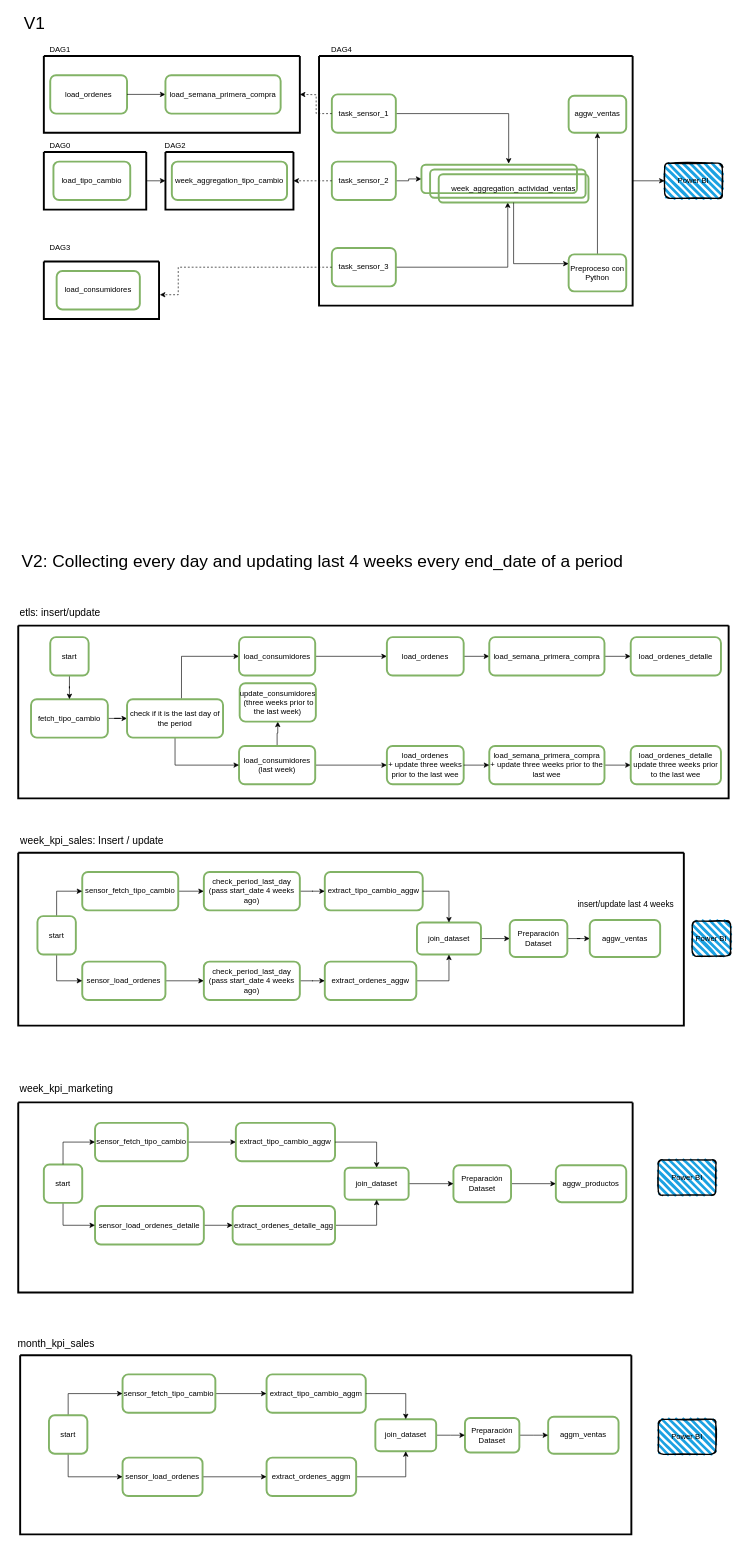
Above: page "DAGs" (3 of 4) of fuXion_model.drawio in calobetoleon/fuxion_design (draw.io), before the change. Source tidied: cells renumbered, new cells numbered last; positions are measured from the earlier drawing's top-left corner, leaving out a move shared by most shapes. Both pictures are drawn from the tidied source at 64%, with x=0, y=0 at pixel (11, 11).
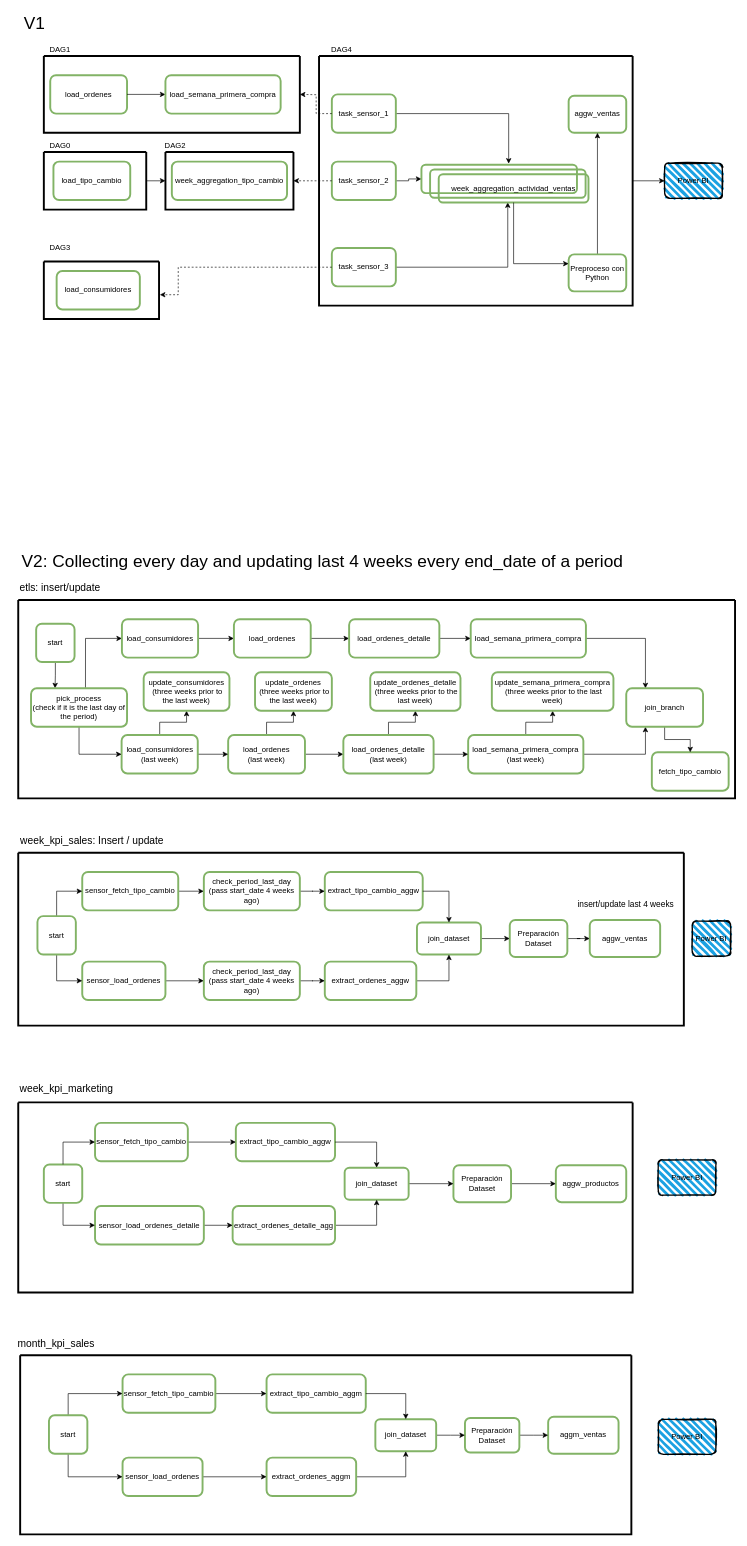
After the change.

Change to the diagram source:
```diff
@@
     <mxCell id="39" style="swimlane;startSize=0;strokeWidth=3;fillColor=none;gradientColor=none;" parent="1" vertex="1">
-      <mxGeometry x="11" y="960" width="1110" height="270" as="geometry" />
+      <mxGeometry x="11" y="920" width="1120" height="310" as="geometry" />
     </mxCell>
+    <mxCell id="127" style="edgeStyle=orthogonalEdgeStyle;rounded=0;jettySize=auto;html=1;fontSize=13;" parent="39" edge="1" source="40" target="136">
+      <mxGeometry relative="1" as="geometry" />
+    </mxCell>
+    <mxCell id="128" style="edgeStyle=orthogonalEdgeStyle;rounded=0;jettySize=auto;html=1;fontSize=13;" parent="39" edge="1" source="40" target="49">
+      <mxGeometry relative="1" as="geometry" />
+    </mxCell>
-    <mxCell id="40" value="load_ordenes&lt;br&gt;+ update three weeks prior to the last wee" style="rounded=1;whiteSpace=wrap;html=1;fillColor=none;strokeColor=#82b366;strokeWidth=3;" parent="39" vertex="1">
-      <mxGeometry x="576" y="188" width="120" height="60" as="geometry" />
+    <mxCell id="40" value="load_ordenes&lt;br&gt;(last week)" style="rounded=1;whiteSpace=wrap;html=1;fillColor=none;strokeColor=#82b366;strokeWidth=3;" parent="39" vertex="1">
+      <mxGeometry x="328" y="211" width="120" height="60" as="geometry" />
     </mxCell>
-    <mxCell id="41" style="edgeStyle=orthogonalEdgeStyle;rounded=0;jettySize=auto;html=1;fontSize=13;" parent="39" edge="1" source="42" target="54">
-      <mxGeometry relative="1" as="geometry" />
-    </mxCell>
-    <mxCell id="42" value="fetch_tipo_cambio" style="rounded=1;whiteSpace=wrap;html=1;fillColor=none;strokeColor=#82b366;strokeWidth=3;" parent="39" vertex="1">
-      <mxGeometry x="20" y="115" width="120" height="60" as="geometry" />
-    </mxCell>
-    <mxCell id="43" style="edgeStyle=orthogonalEdgeStyle;rounded=0;jettySize=auto;html=1;fontSize=14;" parent="39" edge="1" source="44" target="49">
-      <mxGeometry relative="1" as="geometry" />
-    </mxCell>
+    <mxCell id="129" style="edgeStyle=orthogonalEdgeStyle;rounded=0;jettySize=auto;html=1;fontSize=13;" parent="39" edge="1" source="44" target="138">
+      <mxGeometry relative="1" as="geometry" />
+    </mxCell>
+    <mxCell id="130" style="edgeStyle=orthogonalEdgeStyle;rounded=0;jettySize=auto;html=1;fontSize=13;entryX=0.25;entryY=1;entryDx=0;entryDy=0;" parent="39" edge="1" source="44" target="141">
+      <mxGeometry relative="1" as="geometry" />
+    </mxCell>
-    <mxCell id="44" value="load_semana_primera_compra&lt;br&gt;+ update three weeks prior to the last wee" style="rounded=1;whiteSpace=wrap;html=1;fillColor=none;strokeColor=#82b366;strokeWidth=3;" parent="39" vertex="1">
-      <mxGeometry x="736" y="188" width="180" height="60" as="geometry" />
+    <mxCell id="44" value="load_semana_primera_compra&lt;br&gt;(last week)" style="rounded=1;whiteSpace=wrap;html=1;fillColor=none;strokeColor=#82b366;strokeWidth=3;" parent="39" vertex="1">
+      <mxGeometry x="703" y="211" width="180" height="60" as="geometry" />
     </mxCell>
-    <mxCell id="45" style="edgeStyle=orthogonalEdgeStyle;rounded=0;jettySize=auto;html=1;" parent="39" edge="1" source="40" target="44">
-      <mxGeometry relative="1" as="geometry" />
-    </mxCell>
@@
     <mxCell id="48" value="load_consumidores&lt;br&gt;(last week)" style="rounded=1;whiteSpace=wrap;html=1;fillColor=none;strokeColor=#82b366;strokeWidth=3;" parent="39" vertex="1">
-      <mxGeometry x="345" y="188" width="119" height="60" as="geometry" />
+      <mxGeometry x="161.5" y="211" width="119" height="60" as="geometry" />
     </mxCell>
+    <mxCell id="131" style="edgeStyle=orthogonalEdgeStyle;rounded=0;jettySize=auto;html=1;fontSize=13;" parent="39" edge="1" source="49" target="137">
+      <mxGeometry relative="1" as="geometry" />
+    </mxCell>
+    <mxCell id="132" style="edgeStyle=orthogonalEdgeStyle;rounded=0;jettySize=auto;html=1;fontSize=13;" parent="39" edge="1" source="49" target="44">
+      <mxGeometry relative="1" as="geometry" />
+    </mxCell>
-    <mxCell id="49" value="load_ordenes_detalle&lt;br&gt;update three weeks prior to the last wee" style="rounded=1;whiteSpace=wrap;html=1;fillColor=none;strokeColor=#82b366;strokeWidth=3;" parent="39" vertex="1">
-      <mxGeometry x="957" y="188" width="141" height="60" as="geometry" />
+    <mxCell id="49" value="load_ordenes_detalle&lt;br&gt;(last week)" style="rounded=1;whiteSpace=wrap;html=1;fillColor=none;strokeColor=#82b366;strokeWidth=3;" parent="39" vertex="1">
+      <mxGeometry x="508" y="211" width="141" height="60" as="geometry" />
     </mxCell>
-    <mxCell id="50" style="edgeStyle=orthogonalEdgeStyle;rounded=0;jettySize=auto;html=1;fontSize=14;" parent="39" edge="1" source="51" target="42">
-      <mxGeometry relative="1" as="geometry" />
-    </mxCell>
+    <mxCell id="133" style="edgeStyle=orthogonalEdgeStyle;rounded=0;jettySize=auto;html=1;fontSize=13;entryX=0.25;entryY=0;entryDx=0;entryDy=0;" parent="39" edge="1" source="51" target="54">
+      <mxGeometry relative="1" as="geometry" />
+    </mxCell>
     <mxCell id="51" value="start" style="rounded=1;whiteSpace=wrap;html=1;fillColor=none;strokeColor=#82b366;strokeWidth=3;" parent="39" vertex="1">
-      <mxGeometry x="50" y="18" width="60" height="60" as="geometry" />
+      <mxGeometry x="28" y="37" width="60" height="60" as="geometry" />
     </mxCell>
@@
-    <mxCell id="54" value="check if it is the last day of the period" style="rounded=1;whiteSpace=wrap;html=1;fillColor=none;strokeColor=#82b366;strokeWidth=3;" parent="39" vertex="1">
-      <mxGeometry x="170" y="115" width="150" height="60" as="geometry" />
+    <mxCell id="54" value="pick_process&lt;br&gt;(check if it is the last day of the period)" style="rounded=1;whiteSpace=wrap;html=1;fillColor=none;strokeColor=#82b366;strokeWidth=3;" parent="39" vertex="1">
+      <mxGeometry x="20" y="138" width="150" height="60" as="geometry" />
     </mxCell>
@@
     <mxCell id="56" value="load_consumidores" style="rounded=1;whiteSpace=wrap;html=1;fillColor=none;strokeColor=#82b366;strokeWidth=3;" parent="39" vertex="1">
-      <mxGeometry x="345" y="18" width="119" height="60" as="geometry" />
+      <mxGeometry x="162" y="30" width="119" height="60" as="geometry" />
     </mxCell>
-    <mxCell id="57" style="edgeStyle=orthogonalEdgeStyle;rounded=0;jettySize=auto;html=1;fontSize=13;" parent="39" edge="1" source="58" target="60">
-      <mxGeometry relative="1" as="geometry" />
-    </mxCell>
+    <mxCell id="134" style="edgeStyle=orthogonalEdgeStyle;rounded=0;jettySize=auto;html=1;fontSize=13;" parent="39" edge="1" source="58" target="61">
+      <mxGeometry relative="1" as="geometry" />
+    </mxCell>
     <mxCell id="58" value="load_ordenes" style="rounded=1;whiteSpace=wrap;html=1;fillColor=none;strokeColor=#82b366;strokeWidth=3;" parent="39" vertex="1">
-      <mxGeometry x="576" y="18" width="120" height="60" as="geometry" />
+      <mxGeometry x="337" y="30" width="120" height="60" as="geometry" />
     </mxCell>
-    <mxCell id="59" style="edgeStyle=orthogonalEdgeStyle;rounded=0;jettySize=auto;html=1;fontSize=13;" parent="39" edge="1" source="60" target="61">
-      <mxGeometry relative="1" as="geometry" />
-    </mxCell>
-    <mxCell id="60" value="load_semana_primera_compra" style="rounded=1;whiteSpace=wrap;html=1;fillColor=none;strokeColor=#82b366;strokeWidth=3;" parent="39" vertex="1">
-      <mxGeometry x="736" y="18" width="180" height="60" as="geometry" />
-    </mxCell>
+    <mxCell id="135" style="edgeStyle=orthogonalEdgeStyle;rounded=0;jettySize=auto;html=1;fontSize=13;" parent="39" edge="1" source="61" target="60">
+      <mxGeometry relative="1" as="geometry" />
+    </mxCell>
     <mxCell id="61" value="load_ordenes_detalle" style="rounded=1;whiteSpace=wrap;html=1;fillColor=none;strokeColor=#82b366;strokeWidth=3;" parent="39" vertex="1">
-      <mxGeometry x="957" y="18" width="141" height="60" as="geometry" />
+      <mxGeometry x="517" y="30" width="141" height="60" as="geometry" />
     </mxCell>
     <mxCell id="62" value="update_consumidores&lt;br&gt;&amp;nbsp;(three weeks prior to the last week)" style="rounded=1;whiteSpace=wrap;html=1;fillColor=none;strokeColor=#82b366;strokeWidth=3;" parent="39" vertex="1">
-      <mxGeometry x="346" y="90" width="119" height="60" as="geometry" />
+      <mxGeometry x="196" y="113" width="134" height="60" as="geometry" />
     </mxCell>
+    <mxCell id="136" value="update_ordenes&lt;br&gt;&amp;nbsp;(three weeks prior to the last week)" style="rounded=1;whiteSpace=wrap;html=1;fillColor=none;strokeColor=#82b366;strokeWidth=3;" parent="39" vertex="1">
+      <mxGeometry x="370" y="113" width="120" height="60" as="geometry" />
+    </mxCell>
+    <mxCell id="137" value="update_ordenes_detalle&lt;br&gt;&amp;nbsp;(three weeks prior to the last week)" style="rounded=1;whiteSpace=wrap;html=1;fillColor=none;strokeColor=#82b366;strokeWidth=3;" parent="39" vertex="1">
+      <mxGeometry x="550" y="113" width="141" height="60" as="geometry" />
+    </mxCell>
+    <mxCell id="138" value="update_semana_primera_compra&lt;br&gt;&amp;nbsp;(three weeks prior to the last week)" style="rounded=1;whiteSpace=wrap;html=1;fillColor=none;strokeColor=#82b366;strokeWidth=3;" parent="39" vertex="1">
+      <mxGeometry x="740" y="113" width="190" height="60" as="geometry" />
+    </mxCell>
+    <mxCell id="139" style="edgeStyle=orthogonalEdgeStyle;rounded=0;jettySize=auto;html=1;fontSize=13;entryX=0.25;entryY=0;entryDx=0;entryDy=0;" parent="39" edge="1" source="60" target="141">
+      <mxGeometry relative="1" as="geometry" />
+    </mxCell>
+    <mxCell id="60" value="load_semana_primera_compra" style="rounded=1;whiteSpace=wrap;html=1;fillColor=none;strokeColor=#82b366;strokeWidth=3;" parent="39" vertex="1">
+      <mxGeometry x="707" y="30" width="180" height="60" as="geometry" />
+    </mxCell>
+    <mxCell id="42" value="fetch_tipo_cambio" style="rounded=1;whiteSpace=wrap;html=1;fillColor=none;strokeColor=#82b366;strokeWidth=3;" parent="39" vertex="1">
+      <mxGeometry x="990" y="238" width="120" height="60" as="geometry" />
+    </mxCell>
+    <mxCell id="140" style="edgeStyle=orthogonalEdgeStyle;rounded=0;jettySize=auto;html=1;fontSize=13;" parent="39" edge="1" source="141" target="42">
+      <mxGeometry relative="1" as="geometry" />
+    </mxCell>
+    <mxCell id="141" value="join_branch" style="rounded=1;whiteSpace=wrap;html=1;fillColor=none;strokeColor=#82b366;strokeWidth=3;" parent="39" vertex="1">
+      <mxGeometry x="950" y="138" width="120" height="60" as="geometry" />
+    </mxCell>
@@
     <mxCell id="64" value="etls: insert/update" style="text;html=1;align=center;verticalAlign=middle;strokeColor=none;fillColor=none;fontSize=16;" parent="1" vertex="1">
-      <mxGeometry x="6" y="930" width="140" height="20" as="geometry" />
+      <mxGeometry x="6" y="890" width="140" height="20" as="geometry" />
     </mxCell>
```
